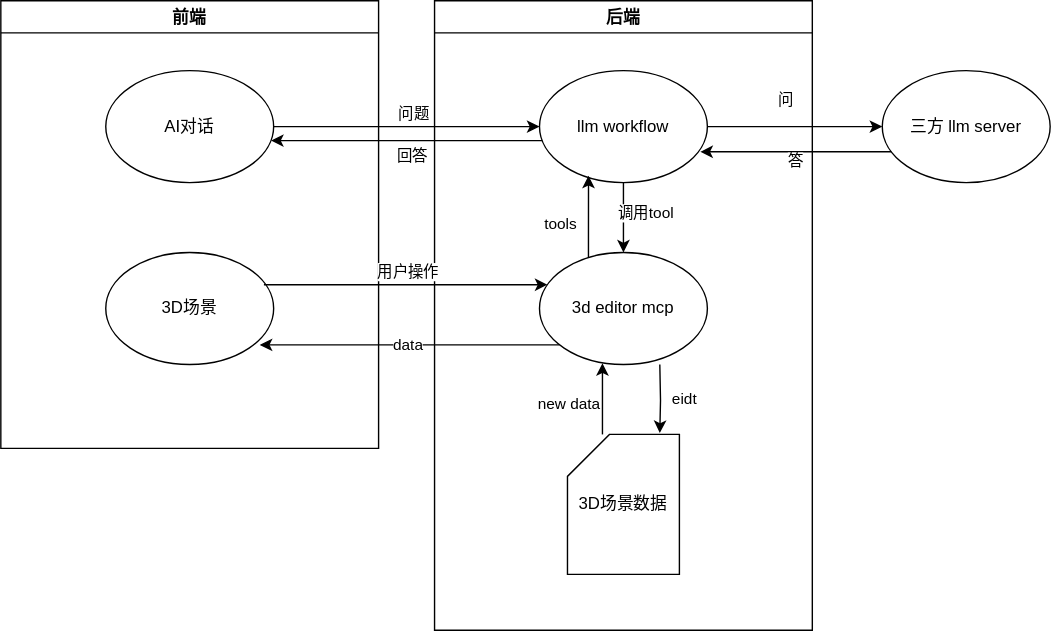
huangqiaobo/huangqiaobo.github.io keeps this draw.io diagram as ai_design_editor.svg. Above is the earlier version. Source tidied: cells renumbered, new cells last; positions are measured from the earlier drawing's top-left corner, leaving out a move shared by most shapes. The source it was exported from:
```xml
<mxGraphModel>
  <root>
    <mxCell id="0" />
    <mxCell id="1" parent="0" />
    <mxCell id="2" value="前端" style="swimlane;startSize=23;" parent="1" vertex="1">
      <mxGeometry width="270" height="320" as="geometry" />
    </mxCell>
    <mxCell id="3" value="3D场景" style="ellipse;whiteSpace=wrap;html=1;" parent="2" vertex="1">
      <mxGeometry x="75" y="180" width="120" height="80" as="geometry" />
    </mxCell>
    <mxCell id="4" value="AI对话" style="ellipse;whiteSpace=wrap;html=1;" parent="2" vertex="1">
      <mxGeometry x="75" y="50" width="120" height="80" as="geometry" />
    </mxCell>
    <mxCell id="5" value="后端" style="swimlane;startSize=23;" parent="1" vertex="1">
      <mxGeometry x="310" width="270" height="450" as="geometry" />
    </mxCell>
    <mxCell id="6" style="edgeStyle=orthogonalEdgeStyle;rounded=0;jettySize=auto;html=1;entryX=0.5;entryY=0;entryDx=0;entryDy=0;" parent="5" edge="1" source="8" target="9">
      <mxGeometry relative="1" as="geometry" />
    </mxCell>
    <mxCell id="7" value="调用tool" style="edgeLabel;html=1;align=center;verticalAlign=middle;" parent="6" vertex="1">
      <mxGeometry x="-0.16" y="3" relative="1" as="geometry">
        <mxPoint x="12" as="offset" />
      </mxGeometry>
    </mxCell>
    <mxCell id="8" value="llm workflow" style="ellipse;whiteSpace=wrap;html=1;" parent="5" vertex="1">
      <mxGeometry x="75" y="50" width="120" height="80" as="geometry" />
    </mxCell>
    <mxCell id="9" value="3d editor mcp" style="ellipse;whiteSpace=wrap;html=1;" parent="5" vertex="1">
      <mxGeometry x="75" y="180" width="120" height="80" as="geometry" />
    </mxCell>
    <mxCell id="10" value="3D场景数据" style="shape=card;whiteSpace=wrap;html=1;" parent="5" vertex="1">
      <mxGeometry x="95" y="310" width="80" height="100" as="geometry" />
    </mxCell>
    <mxCell id="11" value="eidt&amp;nbsp;" style="edgeStyle=orthogonalEdgeStyle;rounded=0;jettySize=auto;html=1;entryX=0.825;entryY=-0.01;entryDx=0;entryDy=0;entryPerimeter=0;" parent="5" edge="1" target="10">
      <mxGeometry x="0.03" y="-18" relative="1" as="geometry">
        <mxPoint x="161" y="260" as="sourcePoint" />
        <mxPoint x="37" as="offset" />
      </mxGeometry>
    </mxCell>
    <mxCell id="12" style="edgeStyle=orthogonalEdgeStyle;rounded=0;jettySize=auto;html=1;entryX=0.375;entryY=0.988;entryDx=0;entryDy=0;entryPerimeter=0;" parent="5" edge="1" source="10" target="9">
      <mxGeometry relative="1" as="geometry">
        <Array as="points">
          <mxPoint x="120" y="300" />
          <mxPoint x="120" y="300" />
        </Array>
      </mxGeometry>
    </mxCell>
    <mxCell id="13" value="new data" style="edgeLabel;html=1;align=center;verticalAlign=middle;" parent="12" vertex="1">
      <mxGeometry x="-0.1" y="1" relative="1" as="geometry">
        <mxPoint x="-24" as="offset" />
      </mxGeometry>
    </mxCell>
    <mxCell id="14" value="tools" style="edgeStyle=orthogonalEdgeStyle;rounded=0;jettySize=auto;html=1;entryX=0.292;entryY=0.938;entryDx=0;entryDy=0;entryPerimeter=0;" parent="5" edge="1" source="9" target="8">
      <mxGeometry x="-0.19" y="20" relative="1" as="geometry">
        <Array as="points">
          <mxPoint x="110" y="170" />
          <mxPoint x="110" y="170" />
        </Array>
      </mxGeometry>
    </mxCell>
    <mxCell id="15" value="三方 llm server" style="ellipse;whiteSpace=wrap;html=1;" parent="1" vertex="1">
      <mxGeometry x="630" y="50" width="120" height="80" as="geometry" />
    </mxCell>
    <mxCell id="16" style="edgeStyle=orthogonalEdgeStyle;rounded=0;jettySize=auto;html=1;" parent="1" edge="1" source="4" target="8">
      <mxGeometry relative="1" as="geometry">
        <Array as="points">
          <mxPoint x="190" y="90" />
          <mxPoint x="190" y="90" />
        </Array>
      </mxGeometry>
    </mxCell>
    <mxCell id="17" value="问题" style="edgeLabel;html=1;align=center;verticalAlign=middle;" parent="16" vertex="1">
      <mxGeometry x="0.45" y="2" relative="1" as="geometry">
        <mxPoint x="-39" y="-8" as="offset" />
      </mxGeometry>
    </mxCell>
    <mxCell id="18" style="edgeStyle=orthogonalEdgeStyle;rounded=0;jettySize=auto;html=1;" parent="1" edge="1" source="8" target="4">
      <mxGeometry relative="1" as="geometry">
        <Array as="points">
          <mxPoint x="200" y="100" />
          <mxPoint x="200" y="100" />
        </Array>
      </mxGeometry>
    </mxCell>
    <mxCell id="19" value="回答" style="edgeLabel;html=1;align=center;verticalAlign=middle;" parent="18" vertex="1">
      <mxGeometry x="0.03" relative="1" as="geometry">
        <mxPoint x="7" y="10" as="offset" />
      </mxGeometry>
    </mxCell>
    <mxCell id="20" style="edgeStyle=orthogonalEdgeStyle;rounded=0;jettySize=auto;html=1;exitX=0.942;exitY=0.288;exitDx=0;exitDy=0;exitPerimeter=0;" parent="1" edge="1" source="3" target="9">
      <mxGeometry relative="1" as="geometry">
        <Array as="points">
          <mxPoint x="340" y="203" />
          <mxPoint x="340" y="203" />
        </Array>
      </mxGeometry>
    </mxCell>
    <mxCell id="21" value="用户操作" style="edgeLabel;html=1;align=center;verticalAlign=middle;" parent="20" vertex="1">
      <mxGeometry x="-0.13" y="3" relative="1" as="geometry">
        <mxPoint x="13" y="-7" as="offset" />
      </mxGeometry>
    </mxCell>
    <mxCell id="22" style="edgeStyle=orthogonalEdgeStyle;rounded=0;jettySize=auto;html=1;entryX=0.917;entryY=0.825;entryDx=0;entryDy=0;entryPerimeter=0;" parent="1" edge="1" source="9" target="3">
      <mxGeometry relative="1" as="geometry">
        <Array as="points">
          <mxPoint x="290" y="246" />
          <mxPoint x="290" y="246" />
        </Array>
      </mxGeometry>
    </mxCell>
    <mxCell id="23" value="data" style="edgeLabel;html=1;align=center;verticalAlign=middle;" parent="22" vertex="1">
      <mxGeometry x="0.02" y="-1" relative="1" as="geometry" />
    </mxCell>
    <mxCell id="24" style="edgeStyle=orthogonalEdgeStyle;rounded=0;jettySize=auto;html=1;entryX=0;entryY=0.5;entryDx=0;entryDy=0;" parent="1" edge="1" source="8" target="15">
      <mxGeometry relative="1" as="geometry" />
    </mxCell>
    <mxCell id="25" value="问" style="edgeLabel;html=1;align=center;verticalAlign=middle;" parent="24" vertex="1">
      <mxGeometry x="-0.2" y="2" relative="1" as="geometry">
        <mxPoint x="5" y="-18" as="offset" />
      </mxGeometry>
    </mxCell>
    <mxCell id="26" style="edgeStyle=orthogonalEdgeStyle;rounded=0;jettySize=auto;html=1;entryX=0.958;entryY=0.725;entryDx=0;entryDy=0;entryPerimeter=0;" parent="1" edge="1" source="15" target="8">
      <mxGeometry relative="1" as="geometry">
        <Array as="points">
          <mxPoint x="600" y="108" />
          <mxPoint x="600" y="108" />
        </Array>
      </mxGeometry>
    </mxCell>
    <mxCell id="27" value="答" style="edgeLabel;html=1;align=center;verticalAlign=middle;" parent="26" vertex="1">
      <mxGeometry x="0.02" y="6" relative="1" as="geometry" />
    </mxCell>
  </root>
</mxGraphModel>
```
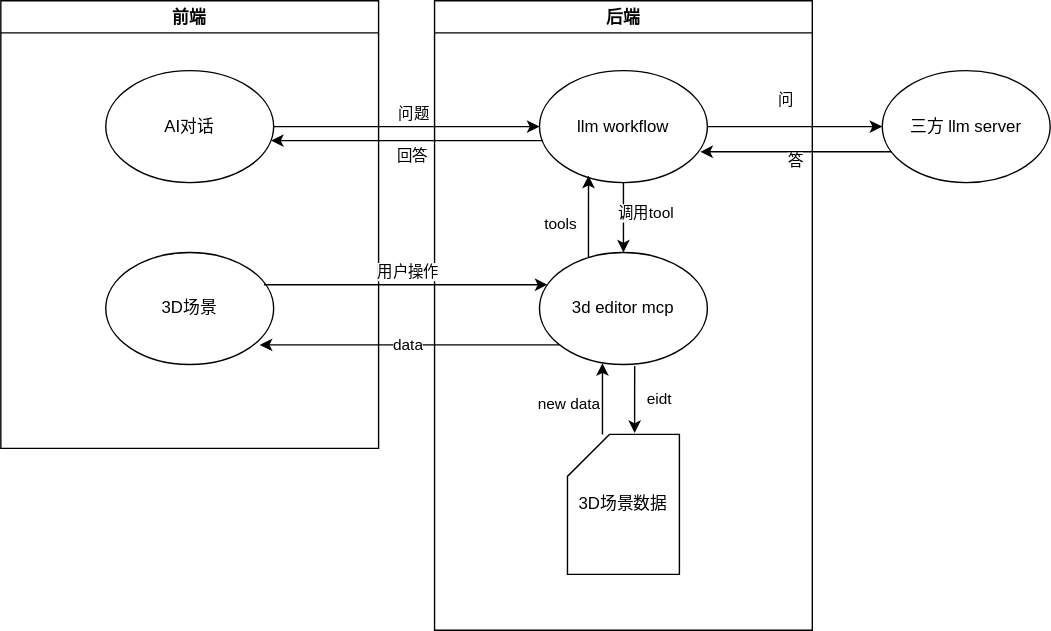
After the change.

Change to the diagram source:
```diff
@@ -31,9 +31,9 @@
     <mxCell id="10" value="3D场景数据" style="shape=card;whiteSpace=wrap;html=1;" parent="5" vertex="1">
       <mxGeometry x="95" y="310" width="80" height="100" as="geometry" />
     </mxCell>
-    <mxCell id="11" value="eidt&amp;nbsp;" style="edgeStyle=orthogonalEdgeStyle;rounded=0;jettySize=auto;html=1;entryX=0.825;entryY=-0.01;entryDx=0;entryDy=0;entryPerimeter=0;" parent="5" edge="1" target="10">
+    <mxCell id="11" value="eidt&amp;nbsp;" style="edgeStyle=orthogonalEdgeStyle;rounded=0;jettySize=auto;html=1;exitX=0.567;exitY=1.013;exitDx=0;exitDy=0;exitPerimeter=0;" parent="5" edge="1" source="9">
       <mxGeometry x="0.03" y="-18" relative="1" as="geometry">
-        <mxPoint x="161" y="260" as="sourcePoint" />
+        <mxPoint x="143" y="309" as="targetPoint" />
         <mxPoint x="37" as="offset" />
       </mxGeometry>
     </mxCell>
```
